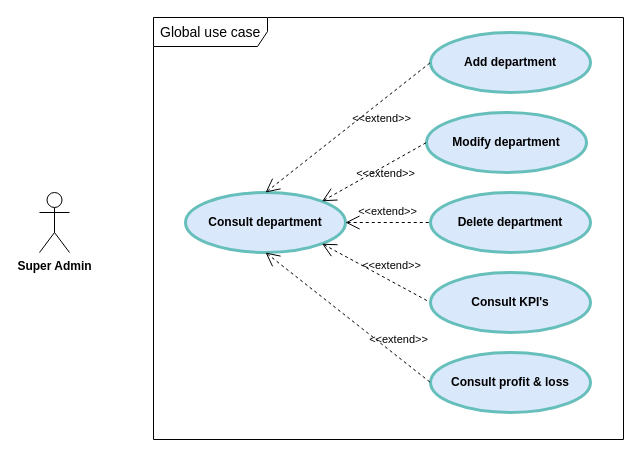
Earlier version of the draw.io diagram Department Use Case.drawio (ZidiMedAmine/UML). Source tidied: cells renumbered, new cells numbered last; positions are measured from the earlier drawing's top-left corner, leaving out a move shared by most shapes. Both pictures are drawn from the tidied source at 100%, with x=0, y=0 at pixel (39, 17).
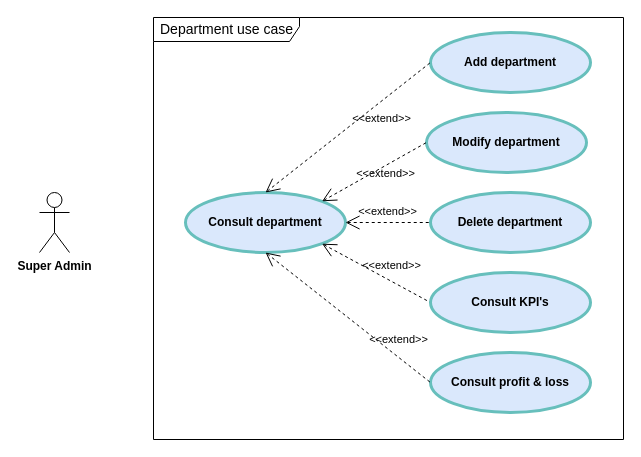
The same page after the edit.

The edit, as a diff of the source:
```diff
@@
 <mxGraphModel>
   <root>
     <mxCell id="0" />
     <mxCell id="1" parent="0" />
-    <mxCell id="2" value="Global use case" style="shape=umlFrame;tabPosition=left;html=1;boundedLbl=1;labelInHeader=1;width=114;height=29;swimlaneFillColor=#ffffff;align=left;spacingLeft=5;fontSize=14;" parent="1" vertex="1">
+    <mxCell id="2" value="Department use case" style="shape=umlFrame;tabPosition=left;html=1;boundedLbl=1;labelInHeader=1;width=146;height=24;swimlaneFillColor=#ffffff;align=left;spacingLeft=5;fontSize=14;" parent="1" vertex="1">
       <mxGeometry x="114" width="470" height="422" as="geometry" />
     </mxCell>
     <mxCell id="3" value="&lt;span style=&quot;font-weight: 700&quot;&gt;Super Admin&lt;/span&gt;" style="shape=umlActor;verticalLabelPosition=bottom;verticalAlign=top;html=1;" parent="1" vertex="1">
       <mxGeometry y="175" width="30" height="60" as="geometry" />
     </mxCell>
     <mxCell id="4" value="Consult department" style="shape=ellipse;html=1;strokeWidth=3;fontStyle=1;whiteSpace=wrap;align=center;perimeter=ellipsePerimeter;fillColor=#dae8fc;strokeColor=#67BFBC;" parent="1" vertex="1">
       <mxGeometry x="146" y="175" width="160" height="60" as="geometry" />
     </mxCell>
     <mxCell id="5" value="Add department" style="shape=ellipse;html=1;strokeWidth=3;fontStyle=1;whiteSpace=wrap;align=center;perimeter=ellipsePerimeter;fillColor=#dae8fc;strokeColor=#67BFBC;" parent="1" vertex="1">
       <mxGeometry x="391" y="15" width="160" height="60" as="geometry" />
     </mxCell>
     <mxCell id="6" value="Modify department" style="shape=ellipse;html=1;strokeWidth=3;fontStyle=1;whiteSpace=wrap;align=center;perimeter=ellipsePerimeter;fillColor=#dae8fc;strokeColor=#67BFBC;" parent="1" vertex="1">
       <mxGeometry x="387" y="95" width="160" height="60" as="geometry" />
     </mxCell>
     <mxCell id="7" value="Delete department" style="shape=ellipse;html=1;strokeWidth=3;fontStyle=1;whiteSpace=wrap;align=center;perimeter=ellipsePerimeter;fillColor=#dae8fc;strokeColor=#67BFBC;" parent="1" vertex="1">
       <mxGeometry x="391" y="175" width="160" height="60" as="geometry" />
     </mxCell>
     <mxCell id="8" value="&amp;lt;&amp;lt;extend&amp;gt;&amp;gt;" style="edgeStyle=none;html=1;startArrow=open;endArrow=none;startSize=12;verticalAlign=bottom;dashed=1;labelBackgroundColor=none;rounded=0;entryX=0;entryY=0.5;entryDx=0;entryDy=0;exitX=0.5;exitY=0;exitDx=0;exitDy=0;" parent="1" edge="1" source="4" target="5">
       <mxGeometry x="0.25" y="-21" relative="1" as="geometry" />
     </mxCell>
     <mxCell id="9" value="&amp;lt;&amp;lt;extend&amp;gt;&amp;gt;" style="edgeStyle=none;html=1;startArrow=open;endArrow=none;startSize=12;verticalAlign=bottom;dashed=1;labelBackgroundColor=none;rounded=0;entryX=0;entryY=0.5;entryDx=0;entryDy=0;exitX=1;exitY=0;exitDx=0;exitDy=0;" parent="1" edge="1" source="4" target="6">
       <mxGeometry x="0.07" y="-15" relative="1" as="geometry" />
     </mxCell>
     <mxCell id="10" value="&amp;lt;&amp;lt;extend&amp;gt;&amp;gt;" style="edgeStyle=none;html=1;startArrow=open;endArrow=none;startSize=12;verticalAlign=bottom;dashed=1;labelBackgroundColor=none;rounded=0;entryX=0;entryY=0.5;entryDx=0;entryDy=0;exitX=1;exitY=1;exitDx=0;exitDy=0;" parent="1" edge="1" source="4" target="13">
       <mxGeometry x="0.24" y="6" relative="1" as="geometry" />
     </mxCell>
     <mxCell id="11" value="Consult profit &amp;amp; loss" style="shape=ellipse;html=1;strokeWidth=3;fontStyle=1;whiteSpace=wrap;align=center;perimeter=ellipsePerimeter;fillColor=#dae8fc;strokeColor=#67BFBC;" parent="1" vertex="1">
       <mxGeometry x="391" y="335" width="160" height="60" as="geometry" />
     </mxCell>
     <mxCell id="12" value="&amp;lt;&amp;lt;extend&amp;gt;&amp;gt;" style="edgeStyle=none;html=1;startArrow=open;endArrow=none;startSize=12;verticalAlign=bottom;dashed=1;labelBackgroundColor=none;rounded=0;entryX=0;entryY=0.5;entryDx=0;entryDy=0;exitX=0.5;exitY=1;exitDx=0;exitDy=0;" parent="1" edge="1" source="4" target="11">
       <mxGeometry x="0.56" y="7" relative="1" as="geometry" />
     </mxCell>
     <mxCell id="13" value="Consult KPI's" style="shape=ellipse;html=1;strokeWidth=3;fontStyle=1;whiteSpace=wrap;align=center;perimeter=ellipsePerimeter;fillColor=#dae8fc;strokeColor=#67BFBC;" parent="1" vertex="1">
       <mxGeometry x="391" y="255" width="160" height="60" as="geometry" />
     </mxCell>
     <mxCell id="14" value="&amp;lt;&amp;lt;extend&amp;gt;&amp;gt;" style="edgeStyle=none;html=1;startArrow=open;endArrow=none;startSize=12;verticalAlign=bottom;dashed=1;labelBackgroundColor=none;rounded=0;" parent="1" edge="1" source="4" target="7">
       <mxGeometry x="-0.01" y="2" relative="1" as="geometry" />
     </mxCell>
   </root>
 </mxGraphModel>
```
